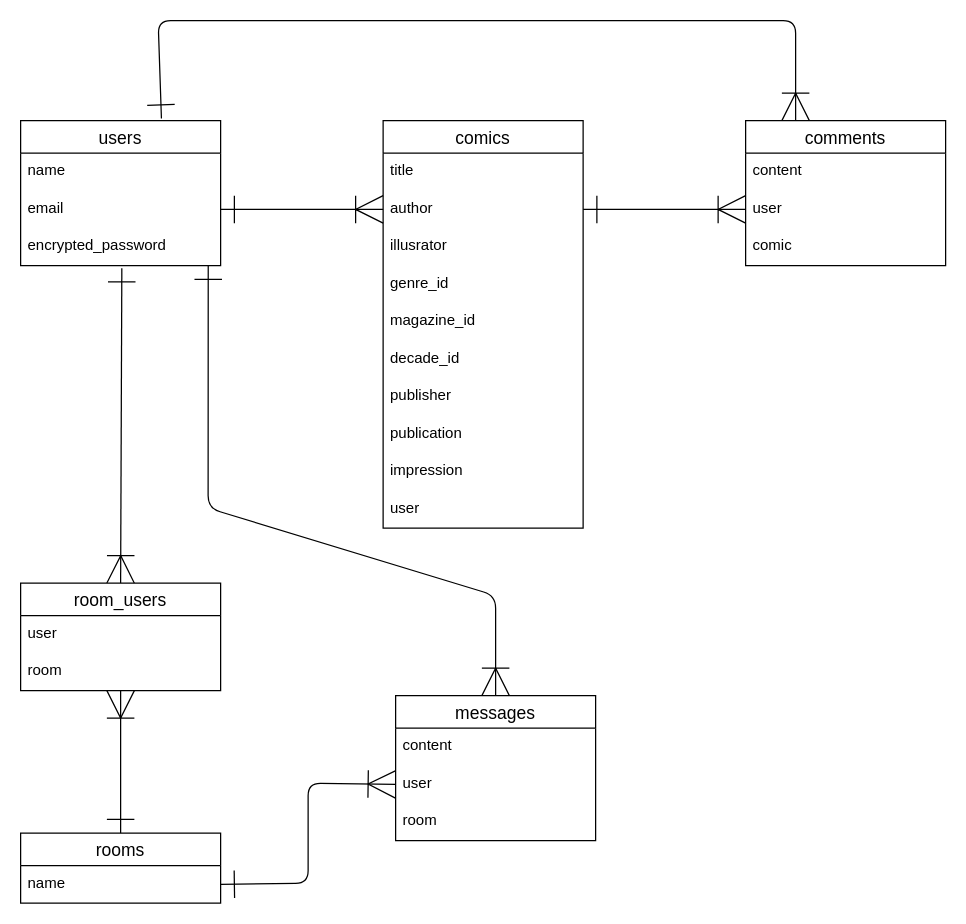
kh00x10a/comic-connect keeps this draw.io diagram as test.dio. Above is the earlier version. Source tidied: cells renumbered, new cells numbered last; positions are measured from the earlier drawing's top-left corner, leaving out a move shared by most shapes. Both pictures are drawn from the tidied source at 125%, with x=0, y=0 at pixel (20, 20).
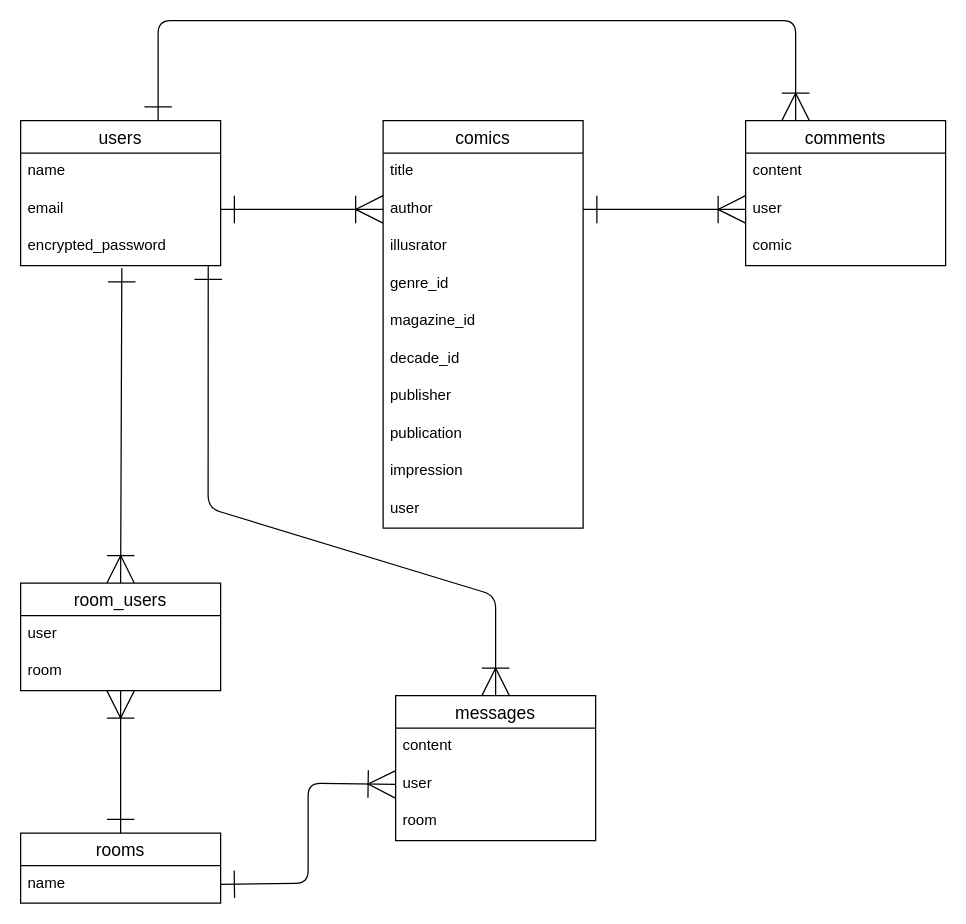
Above is the later version.

Commit message (it also covers changes not shown here):
チャットルーム削除機能の編集

The change refers to these unchanged cells:
```xml
<mxCell id="2" value="users" style="swimlane;fontStyle=0;horizontal=1;startSize=26;align=center;fontSize=14;" parent="1" vertex="1">
  <mxGeometry y="80" width="160" height="116" as="geometry" />
</mxCell>
<mxCell id="17" value="comments" style="swimlane;fontStyle=0;horizontal=1;startSize=26;align=center;fontSize=14;" parent="1" vertex="1">
  <mxGeometry x="580" y="80" width="160" height="116" as="geometry" />
</mxCell>
```

Change to the diagram source:
```diff
@@
-    <mxCell id="35" style="edgeStyle=none;html=1;exitX=0.704;exitY=-0.014;exitDx=0;exitDy=0;entryX=0.25;entryY=0;entryDx=0;entryDy=0;startArrow=ERone;startFill=0;endArrow=ERoneToMany;endFill=0;endSize=20;startSize=20;exitPerimeter=0;" parent="1" edge="1" source="2" target="17">
+    <mxCell id="35" style="edgeStyle=none;html=1;entryX=0.25;entryY=0;entryDx=0;entryDy=0;startArrow=ERone;startFill=0;endArrow=ERoneToMany;endFill=0;endSize=20;startSize=20;" parent="1" edge="1" target="17">
       <mxGeometry relative="1" as="geometry">
+        <mxPoint x="110" y="80" as="sourcePoint" />
         <Array as="points">
           <mxPoint x="110" />
           <mxPoint x="380" />
           <mxPoint x="620" />
         </Array>
       </mxGeometry>
     </mxCell>
```
